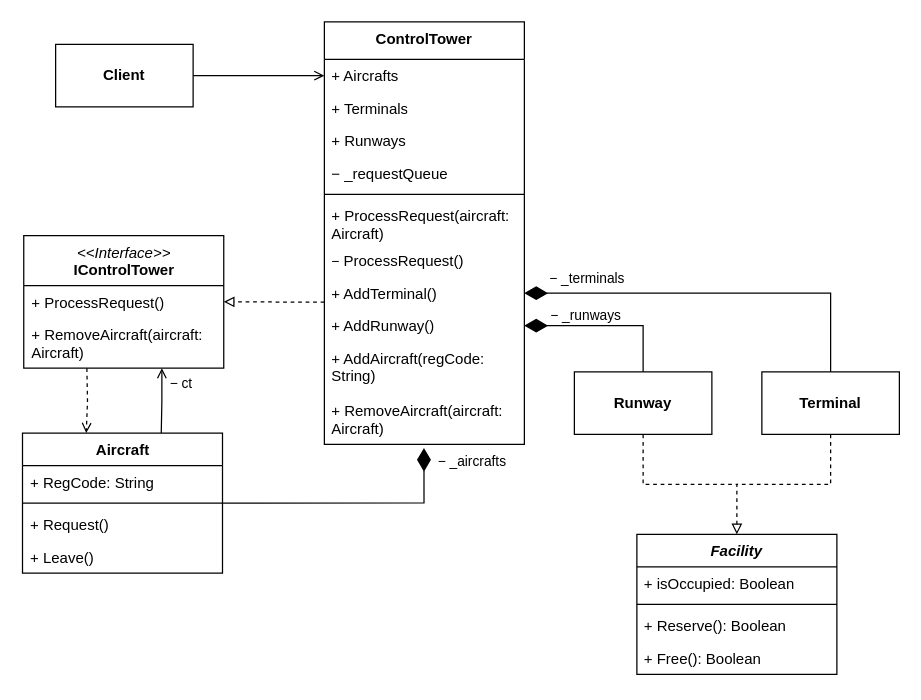
Earlier version of the draw.io diagram Lab_3/Lab_3.drawio (4lnULpGkuW/OOAD2). Source tidied: cells renumbered, new cells numbered last; positions are measured from the earlier drawing's top-left corner, leaving out a move shared by most shapes. Both pictures are drawn from the tidied source at 125%, with x=0, y=0 at pixel (21, 21).
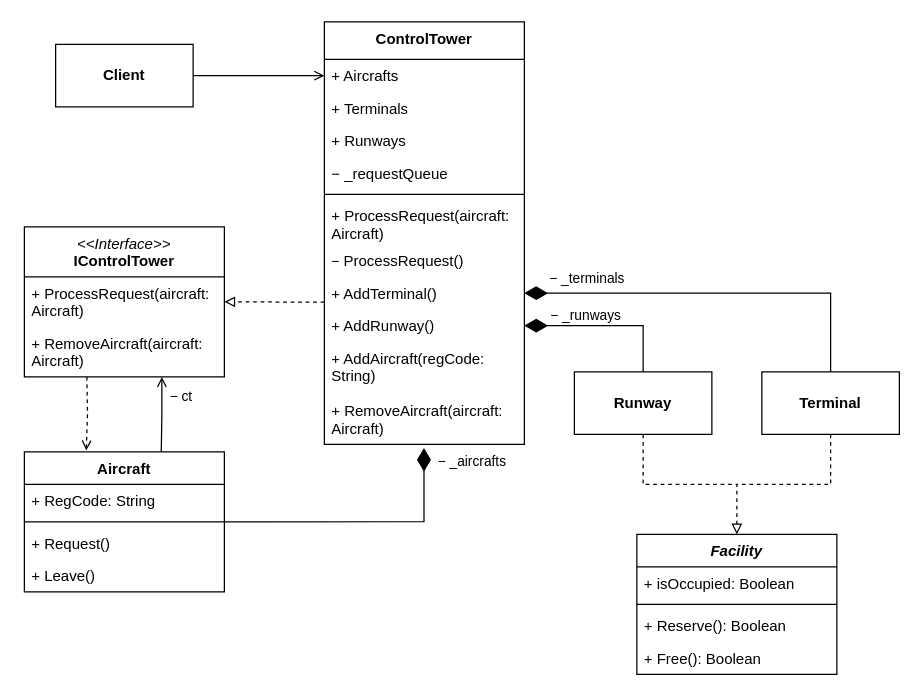
After the change.

The change refers to these unchanged cells:
```xml
<mxCell id="7" style="line;strokeWidth=1;fillColor=none;align=left;verticalAlign=middle;spacingTop=-1;spacingLeft=3;spacingRight=3;labelPosition=right;points=[];portConstraint=eastwest;strokeColor=inherit;" parent="5" vertex="1">
  <mxGeometry y="52" width="160" height="8" as="geometry" />
</mxCell>
<mxCell id="34" value="+ RemoveAircraft(aircraft: Aircraft)" style="text;strokeColor=none;fillColor=none;align=left;verticalAlign=top;spacingLeft=4;spacingRight=4;overflow=hidden;points=[[0,0.5],[1,0.5]];portConstraint=eastwest;whiteSpace=wrap;html=1;" parent="23" vertex="1">
  <mxGeometry y="298" width="160" height="40" as="geometry" />
</mxCell>
```

The edit, as a diff of the source:
```diff
@@
     <mxCell id="2" value="&lt;i style=&quot;font-weight: 400;&quot;&gt;&amp;lt;&amp;lt;Interface&amp;gt;&amp;gt;&lt;/i&gt;&lt;br&gt;IControlTower" style="swimlane;fontStyle=1;align=center;verticalAlign=top;horizontal=1;startSize=40;whiteSpace=wrap;html=1;" parent="1" vertex="1">
-      <mxGeometry x="1.5" y="171" width="160" height="106" as="geometry" />
+      <mxGeometry x="2" y="164" width="160" height="120" as="geometry" />
     </mxCell>
-    <mxCell id="3" value="+ ProcessRequest()" style="text;strokeColor=none;fillColor=none;align=left;verticalAlign=top;spacingLeft=4;spacingRight=4;overflow=hidden;whiteSpace=wrap;html=1;" parent="2" vertex="1">
-      <mxGeometry y="40" width="160" height="26" as="geometry" />
+    <mxCell id="3" value="+ ProcessRequest(aircraft: Aircraft)" style="text;strokeColor=none;fillColor=none;align=left;verticalAlign=top;spacingLeft=4;spacingRight=4;overflow=hidden;whiteSpace=wrap;html=1;" parent="2" vertex="1">
+      <mxGeometry y="40" width="160" height="40" as="geometry" />
     </mxCell>
     <mxCell id="4" value="+ RemoveAircraft(aircraft: Aircraft)" style="text;strokeColor=none;fillColor=none;align=left;verticalAlign=top;spacingLeft=4;spacingRight=4;overflow=hidden;whiteSpace=wrap;html=1;" parent="2" vertex="1">
-      <mxGeometry y="66" width="160" height="40" as="geometry" />
+      <mxGeometry y="80" width="160" height="40" as="geometry" />
     </mxCell>
     <mxCell id="5" value="Aircraft" style="swimlane;fontStyle=1;align=center;verticalAlign=top;horizontal=1;startSize=26;whiteSpace=wrap;html=1;" parent="1" vertex="1">
-      <mxGeometry x="0.5" y="329" width="160" height="112" as="geometry" />
+      <mxGeometry x="2" y="344" width="160" height="112" as="geometry" />
     </mxCell>
@@
     <mxCell id="35" style="edgeStyle=orthogonalEdgeStyle;rounded=0;jettySize=auto;html=1;endArrow=diamondThin;endFill=1;endSize=16;entryX=0.498;entryY=1.072;entryDx=0;entryDy=0;entryPerimeter=0;exitX=0.998;exitY=0.492;exitDx=0;exitDy=0;exitPerimeter=0;" parent="1" edge="1" source="7" target="34">
       <mxGeometry relative="1" as="geometry">
         <Array as="points">
-          <mxPoint x="322" y="385" />
+          <mxPoint x="322" y="400" />
         </Array>
       </mxGeometry>
     </mxCell>
@@
     <mxCell id="39" style="edgeStyle=orthogonalEdgeStyle;rounded=0;orthogonalLoop=1;jettySize=auto;html=1;entryX=0.497;entryY=1.003;entryDx=0;entryDy=0;entryPerimeter=0;endArrow=open;endFill=0;" parent="1" edge="1">
       <mxGeometry relative="1" as="geometry">
-        <mxPoint x="111.5" y="328.9" as="sourcePoint" />
-        <mxPoint x="112" y="277" as="targetPoint" />
+        <mxPoint x="111.5" y="344" as="sourcePoint" />
+        <mxPoint x="112" y="284" as="targetPoint" />
       </mxGeometry>
     </mxCell>
     <mxCell id="40" value="− ct" style="edgeLabel;align=center;verticalAlign=middle;" parent="39" vertex="1">
       <mxGeometry x="0.49" y="2" relative="1" as="geometry">
-        <mxPoint x="17" y="-2" as="offset" />
+        <mxPoint x="17" y="-1" as="offset" />
       </mxGeometry>
     </mxCell>
@@
     <mxCell id="42" style="edgeStyle=orthogonalEdgeStyle;rounded=0;orthogonalLoop=1;jettySize=auto;html=1;entryX=0.497;entryY=1.003;entryDx=0;entryDy=0;entryPerimeter=0;endArrow=open;endFill=0;dashed=1;" parent="1" edge="1">
       <mxGeometry relative="1" as="geometry">
-        <mxPoint x="52" y="277.1" as="sourcePoint" />
-        <mxPoint x="51.5" y="329" as="targetPoint" />
+        <mxPoint x="52" y="284" as="sourcePoint" />
+        <mxPoint x="51.5" y="343" as="targetPoint" />
       </mxGeometry>
     </mxCell>
```
